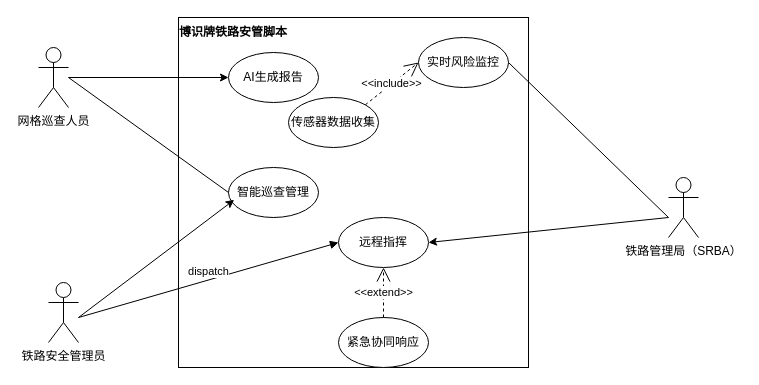
Earlier version of the draw.io diagram 用例图1.drawio (Lxlorange/drawio). Source tidied: cells renumbered, new cells numbered last; positions are measured from the earlier drawing's top-left corner, leaving out a move shared by most shapes. Both pictures are drawn from the tidied source at 100%, with x=0, y=0 at pixel (38, 17).
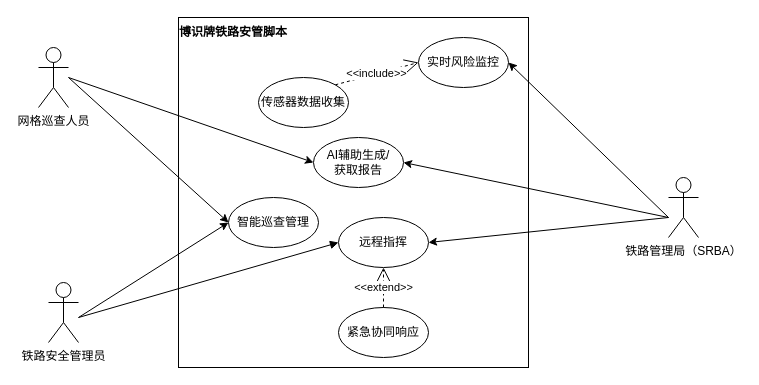
The same diagram, later.

Unchanged cells that the change refers to:
```xml
<mxCell id="4" value="网格巡查人员" style="shape=umlActor;verticalLabelPosition=bottom;verticalAlign=top;html=1;outlineConnect=0;" parent="1" vertex="1">
  <mxGeometry y="30" width="30" height="60" as="geometry" />
</mxCell>
<mxCell id="8" value="实时风险监控" style="ellipse;whiteSpace=wrap;html=1;" parent="1" vertex="1">
  <mxGeometry x="380" y="20" width="90" height="50" as="geometry" />
</mxCell>
<mxCell id="12" value="远程指挥" style="ellipse;whiteSpace=wrap;html=1;" parent="1" vertex="1">
  <mxGeometry x="300" y="200" width="90" height="50" as="geometry" />
</mxCell>
```

What changed in the source:
```diff
@@
-    <mxCell id="3" style="edgeStyle=orthogonalEdgeStyle;rounded=0;jettySize=auto;html=1;entryX=0;entryY=0.5;entryDx=0;entryDy=0;" parent="1" edge="1" source="4" target="7">
-      <mxGeometry relative="1" as="geometry" />
-    </mxCell>
@@
-    <mxCell id="7" value="AI生成报告" style="ellipse;whiteSpace=wrap;html=1;" parent="1" vertex="1">
-      <mxGeometry x="190" y="35" width="90" height="50" as="geometry" />
+    <mxCell id="7" value="AI辅助生成/&lt;div&gt;获取报告&lt;/div&gt;" style="ellipse;whiteSpace=wrap;html=1;" parent="1" vertex="1">
+      <mxGeometry x="275" y="120" width="90" height="50" as="geometry" />
     </mxCell>
@@
     <mxCell id="9" value="智能巡查管理" style="ellipse;whiteSpace=wrap;html=1;" parent="1" vertex="1">
-      <mxGeometry x="190" y="150" width="90" height="50" as="geometry" />
+      <mxGeometry x="190" y="180" width="90" height="50" as="geometry" />
     </mxCell>
     <mxCell id="10" value="传感器数据收集" style="ellipse;whiteSpace=wrap;html=1;" parent="1" vertex="1">
-      <mxGeometry x="250" y="80" width="90" height="50" as="geometry" />
+      <mxGeometry x="220" y="60" width="90" height="50" as="geometry" />
     </mxCell>
     <mxCell id="11" value="紧急协同响应" style="ellipse;whiteSpace=wrap;html=1;" parent="1" vertex="1">
-      <mxGeometry x="300" y="300" width="90" height="50" as="geometry" />
+      <mxGeometry x="300" y="290" width="90" height="50" as="geometry" />
     </mxCell>
@@
-    <mxCell id="14" style="endArrow=none;html=1;rounded=0;exitX=0;exitY=0.5;exitDx=0;exitDy=0;" parent="1" edge="1" source="9">
-      <mxGeometry relative="1" as="geometry">
-        <mxPoint x="30" y="60" as="targetPoint" />
-      </mxGeometry>
-    </mxCell>
@@
-    <mxCell id="17" style="endArrow=classic;html=1;rounded=0;entryX=0.063;entryY=0.647;entryDx=0;entryDy=0;entryPerimeter=0;" parent="1" edge="1" target="9">
+    <mxCell id="17" style="endArrow=classic;html=1;rounded=0;entryX=0;entryY=0.5;entryDx=0;entryDy=0;" parent="1" edge="1" target="9">
       <mxGeometry relative="1" as="geometry">
         <mxPoint x="40" y="300" as="sourcePoint" />
       </mxGeometry>
     </mxCell>
-    <mxCell id="18" style="endArrow=none;html=1;rounded=0;exitX=1;exitY=0.5;exitDx=0;exitDy=0;" parent="1" edge="1" source="8">
-      <mxGeometry relative="1" as="geometry">
-        <mxPoint x="630" y="200" as="targetPoint" />
-      </mxGeometry>
-    </mxCell>
+    <mxCell id="21" style="endArrow=classic;html=1;rounded=0;entryX=0;entryY=0.5;entryDx=0;entryDy=0;" parent="1" edge="1" target="7">
+      <mxGeometry relative="1" as="geometry">
+        <mxPoint x="30" y="60" as="sourcePoint" />
+      </mxGeometry>
+    </mxCell>
@@
+    <mxCell id="22" style="endArrow=classic;html=1;rounded=0;entryX=1;entryY=0.5;entryDx=0;entryDy=0;" parent="1" edge="1" target="7">
+      <mxGeometry relative="1" as="geometry">
+        <mxPoint x="630" y="200" as="sourcePoint" />
+      </mxGeometry>
+    </mxCell>
-    <mxCell id="20" value="dispatch" style="html=1;verticalAlign=bottom;endArrow=block;curved=0;rounded=0;entryX=0;entryY=0.5;entryDx=0;entryDy=0;" parent="1" edge="1" target="12">
-      <mxGeometry relative="1" as="geometry">
+    <mxCell id="20" style="html=1;verticalAlign=bottom;endArrow=block;curved=0;rounded=0;entryX=0;entryY=0.5;entryDx=0;entryDy=0;" parent="1" edge="1" target="12">
+      <mxGeometry x="0.17" y="6" relative="1" as="geometry">
         <mxPoint x="40" y="300" as="sourcePoint" />
+        <mxPoint y="-1" as="offset" />
       </mxGeometry>
     </mxCell>
+    <mxCell id="23" style="endArrow=classic;html=1;rounded=0;entryX=1;entryY=0.5;entryDx=0;entryDy=0;" parent="1" edge="1" target="8">
+      <mxGeometry relative="1" as="geometry">
+        <mxPoint x="630" y="200" as="sourcePoint" />
+      </mxGeometry>
+    </mxCell>
+    <mxCell id="24" style="endArrow=classic;html=1;rounded=0;entryX=0;entryY=0.5;entryDx=0;entryDy=0;" parent="1" edge="1" target="9">
+      <mxGeometry relative="1" as="geometry">
+        <mxPoint x="30" y="60" as="sourcePoint" />
+      </mxGeometry>
+    </mxCell>
```
